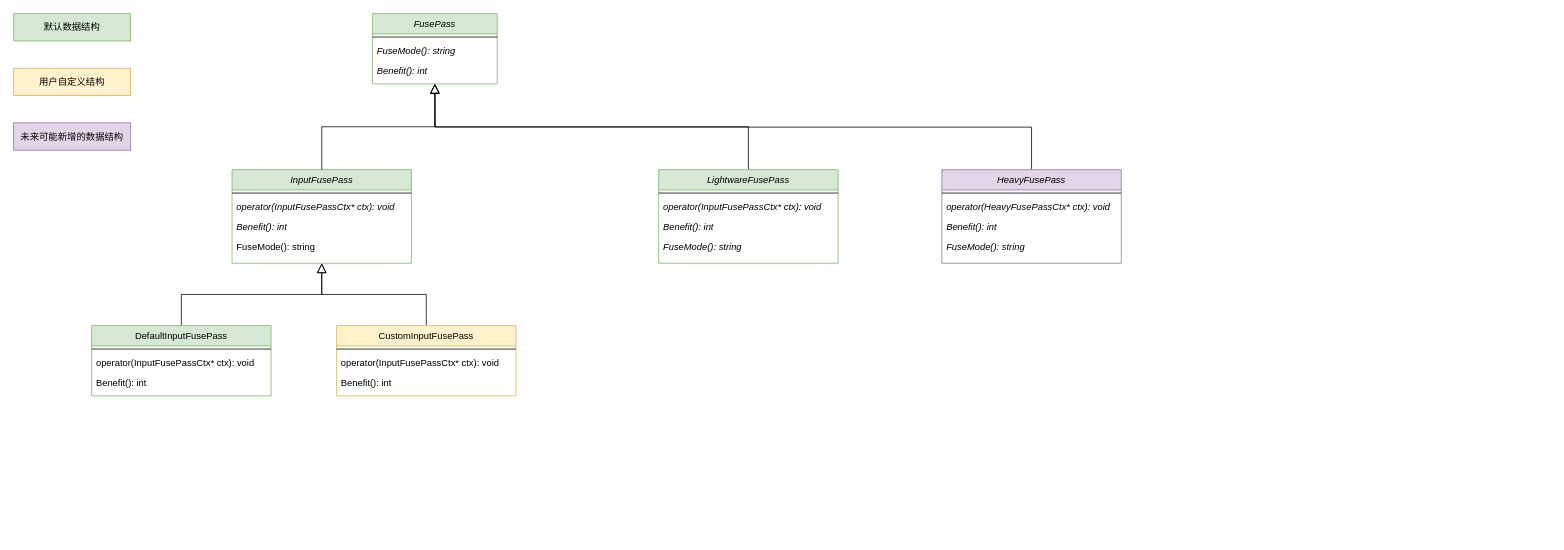
Earlier version of the draw.io diagram PassUML.drawio (jiahy0825/draw.io). Source tidied: cells renumbered, new cells numbered last; positions are measured from the earlier drawing's top-left corner, leaving out a move shared by most shapes. Both pictures are drawn from the tidied source at 78%, with x=0, y=0 at pixel (13, 13).
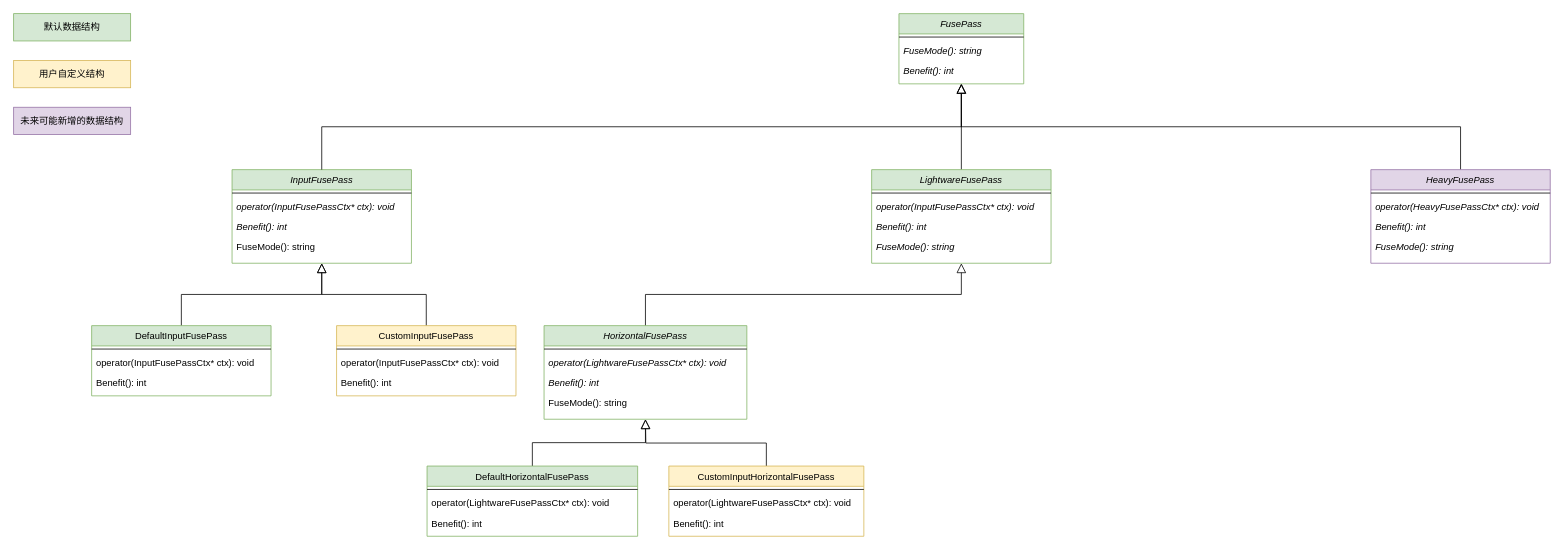
The same diagram, later.

What changed in the source:
```diff
@@
     <mxCell id="2" value="FusePass" style="swimlane;fontStyle=2;align=center;verticalAlign=top;horizontal=1;startSize=26;rounded=0;shadow=0;strokeWidth=1;fillColor=#d5e8d4;strokeColor=#82b366;" parent="1" vertex="1">
-      <mxGeometry x="460" width="160" height="90" as="geometry" />
+      <mxGeometry x="1135" width="160" height="90" as="geometry" />
     </mxCell>
@@
     <mxCell id="23" value="LightwareFusePass" style="swimlane;fontStyle=2;align=center;verticalAlign=top;horizontal=1;startSize=26;rounded=0;shadow=0;strokeWidth=1;fillColor=#d5e8d4;strokeColor=#82b366;" parent="1" vertex="1">
-      <mxGeometry x="827" y="200" width="230" height="120" as="geometry" />
+      <mxGeometry x="1100" y="200" width="230" height="120" as="geometry" />
     </mxCell>
@@
-    <mxCell id="28" style="edgeStyle=orthogonalEdgeStyle;rounded=0;jettySize=auto;html=1;exitX=0.5;exitY=0;exitDx=0;exitDy=0;endArrow=block;endFill=0;endSize=10;" parent="1" edge="1" source="29">
-      <mxGeometry relative="1" as="geometry">
-        <mxPoint x="540" y="90" as="targetPoint" />
-      </mxGeometry>
+    <mxCell id="28" style="edgeStyle=orthogonalEdgeStyle;rounded=0;jettySize=auto;html=1;exitX=0.5;exitY=0;exitDx=0;exitDy=0;endArrow=block;endFill=0;endSize=10;entryX=0.5;entryY=1;entryDx=0;entryDy=0;" parent="1" edge="1" source="29" target="2">
+      <mxGeometry relative="1" as="geometry" />
     </mxCell>
     <mxCell id="29" value="HeavyFusePass" style="swimlane;fontStyle=2;align=center;verticalAlign=top;horizontal=1;startSize=26;rounded=0;shadow=0;strokeWidth=1;fillColor=#e1d5e7;strokeColor=#9673a6;" parent="1" vertex="1">
-      <mxGeometry x="1190" y="200" width="230" height="120" as="geometry" />
+      <mxGeometry x="1740" y="200" width="230" height="120" as="geometry" />
     </mxCell>
@@
     <mxCell id="35" value="用户自定义结构" style="rounded=0;whiteSpace=wrap;html=1;fillColor=#fff2cc;strokeColor=#d6b656;" parent="1" vertex="1">
-      <mxGeometry y="70" width="150" height="35" as="geometry" />
+      <mxGeometry y="60" width="150" height="35" as="geometry" />
     </mxCell>
     <mxCell id="36" value="未来可能新增的数据结构" style="rounded=0;whiteSpace=wrap;html=1;fillColor=#e1d5e7;strokeColor=#9673a6;" parent="1" vertex="1">
-      <mxGeometry y="140" width="150" height="35" as="geometry" />
+      <mxGeometry y="120" width="150" height="35" as="geometry" />
     </mxCell>
+    <mxCell id="37" style="edgeStyle=orthogonalEdgeStyle;rounded=0;jettySize=auto;html=1;exitX=0.5;exitY=0;exitDx=0;exitDy=0;entryX=0.5;entryY=1;entryDx=0;entryDy=0;endArrow=block;endFill=0;endSize=10;" parent="1" edge="1" source="38" target="23">
+      <mxGeometry relative="1" as="geometry" />
+    </mxCell>
+    <mxCell id="38" value="HorizontalFusePass" style="swimlane;fontStyle=2;align=center;verticalAlign=top;horizontal=1;startSize=26;rounded=0;shadow=0;strokeWidth=1;fillColor=#d5e8d4;strokeColor=#82b366;" parent="1" vertex="1">
+      <mxGeometry x="680" y="400" width="260" height="120" as="geometry" />
+    </mxCell>
+    <mxCell id="39" style="line;html=1;strokeWidth=1;align=left;verticalAlign=middle;spacingTop=-1;spacingLeft=3;spacingRight=3;labelPosition=right;" parent="38" vertex="1">
+      <mxGeometry y="26" width="260" height="8" as="geometry" />
+    </mxCell>
+    <mxCell id="40" value="operator(LightwareFusePassCtx* ctx): void" style="text;align=left;verticalAlign=top;spacingLeft=4;spacingRight=4;overflow=hidden;fontStyle=2;" parent="38" vertex="1">
+      <mxGeometry y="34" width="260" height="26" as="geometry" />
+    </mxCell>
+    <mxCell id="41" value="Benefit(): int" style="text;align=left;verticalAlign=top;spacingLeft=4;spacingRight=4;overflow=hidden;fontStyle=2;" parent="38" vertex="1">
+      <mxGeometry y="60" width="260" height="26" as="geometry" />
+    </mxCell>
+    <mxCell id="42" value="FuseMode(): string" style="text;align=left;verticalAlign=top;spacingLeft=4;spacingRight=4;overflow=hidden;fontStyle=0;" parent="38" vertex="1">
+      <mxGeometry y="86" width="260" height="26" as="geometry" />
+    </mxCell>
+    <mxCell id="43" style="edgeStyle=orthogonalEdgeStyle;rounded=0;jettySize=auto;html=1;exitX=0.5;exitY=0;exitDx=0;exitDy=0;entryX=0.5;entryY=1;entryDx=0;entryDy=0;endArrow=block;endFill=0;endSize=10;" parent="1" edge="1" source="44" target="38">
+      <mxGeometry relative="1" as="geometry" />
+    </mxCell>
+    <mxCell id="44" value="DefaultHorizontalFusePass" style="swimlane;fontStyle=0;align=center;verticalAlign=top;horizontal=1;startSize=26;rounded=0;shadow=0;strokeWidth=1;fillColor=#d5e8d4;strokeColor=#82b366;" parent="1" vertex="1">
+      <mxGeometry x="530" y="580" width="270" height="90" as="geometry" />
+    </mxCell>
+    <mxCell id="45" style="line;html=1;strokeWidth=1;align=left;verticalAlign=middle;spacingTop=-1;spacingLeft=3;spacingRight=3;labelPosition=right;" parent="44" vertex="1">
+      <mxGeometry y="26" width="270" height="8" as="geometry" />
+    </mxCell>
+    <mxCell id="46" value="operator(LightwareFusePassCtx* ctx): void" style="text;align=left;verticalAlign=top;spacingLeft=4;spacingRight=4;overflow=hidden;fontStyle=0;" parent="44" vertex="1">
+      <mxGeometry y="34" width="270" height="26" as="geometry" />
+    </mxCell>
+    <mxCell id="47" value="Benefit(): int" style="text;align=left;verticalAlign=top;spacingLeft=4;spacingRight=4;overflow=hidden;fontStyle=0;" parent="44" vertex="1">
+      <mxGeometry y="60" width="270" height="26" as="geometry" />
+    </mxCell>
+    <mxCell id="48" style="edgeStyle=orthogonalEdgeStyle;rounded=0;jettySize=auto;html=1;exitX=0.5;exitY=0;exitDx=0;exitDy=0;endSize=10;endArrow=block;endFill=0;" parent="1" edge="1" source="49">
+      <mxGeometry relative="1" as="geometry">
+        <mxPoint x="810" y="520" as="targetPoint" />
+      </mxGeometry>
+    </mxCell>
+    <mxCell id="49" value="CustomInputHorizontalFusePass" style="swimlane;fontStyle=0;align=center;verticalAlign=top;horizontal=1;startSize=26;rounded=0;shadow=0;strokeWidth=1;fillColor=#fff2cc;strokeColor=#d6b656;" parent="1" vertex="1">
+      <mxGeometry x="840" y="580" width="250" height="90" as="geometry" />
+    </mxCell>
+    <mxCell id="50" style="line;html=1;strokeWidth=1;align=left;verticalAlign=middle;spacingTop=-1;spacingLeft=3;spacingRight=3;labelPosition=right;" parent="49" vertex="1">
+      <mxGeometry y="26" width="250" height="8" as="geometry" />
+    </mxCell>
+    <mxCell id="51" value="operator(LightwareFusePassCtx* ctx): void" style="text;align=left;verticalAlign=top;spacingLeft=4;spacingRight=4;overflow=hidden;fontStyle=0;" parent="49" vertex="1">
+      <mxGeometry y="34" width="250" height="26" as="geometry" />
+    </mxCell>
+    <mxCell id="52" value="Benefit(): int" style="text;align=left;verticalAlign=top;spacingLeft=4;spacingRight=4;overflow=hidden;fontStyle=0;" parent="49" vertex="1">
+      <mxGeometry y="60" width="250" height="26" as="geometry" />
+    </mxCell>
```
